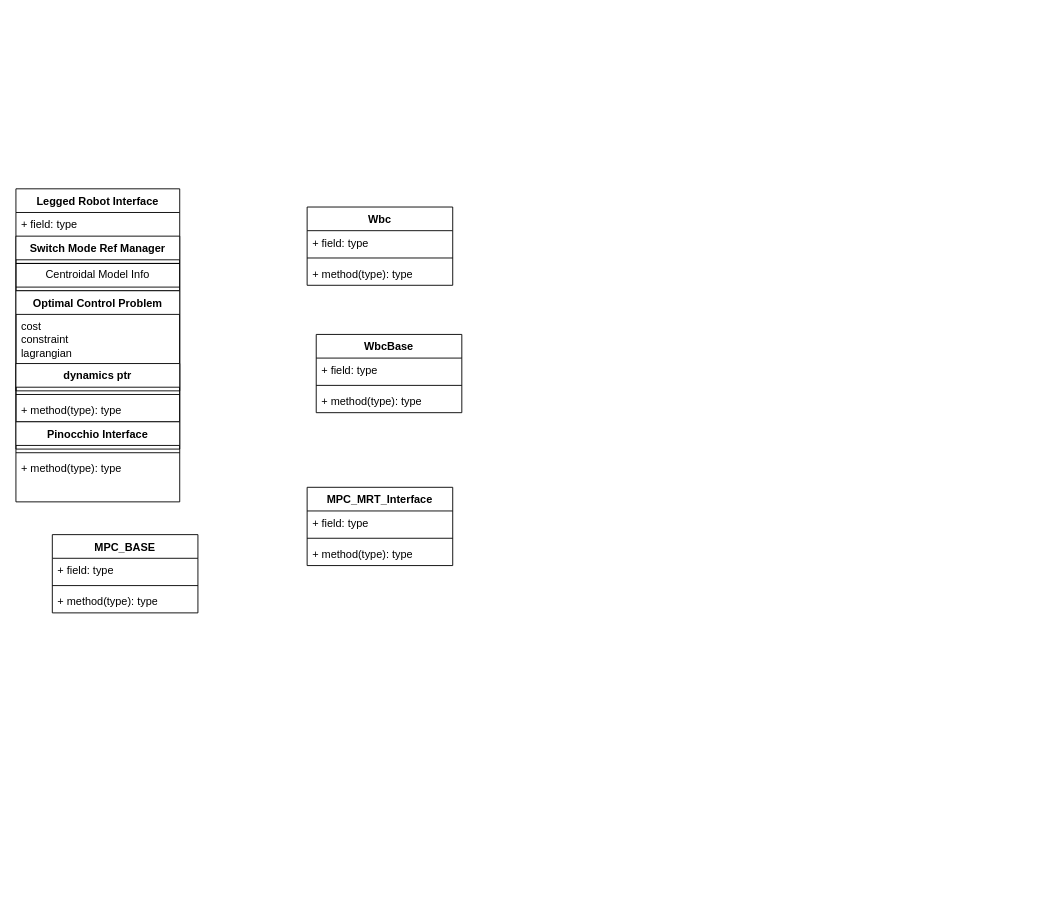
The draw.io diagram page "FSM_OCS2_LOCO" (6 of 6) of legged_software_low_level.drawio in max-assel/legged_software_diagram, before the edit. Source tidied: cells renumbered, new cells numbered last; positions are measured from the earlier drawing's top-left corner, leaving out a move shared by most shapes. Both pictures are drawn from the tidied source at 91%, with x=0, y=0 at pixel (15, 188).
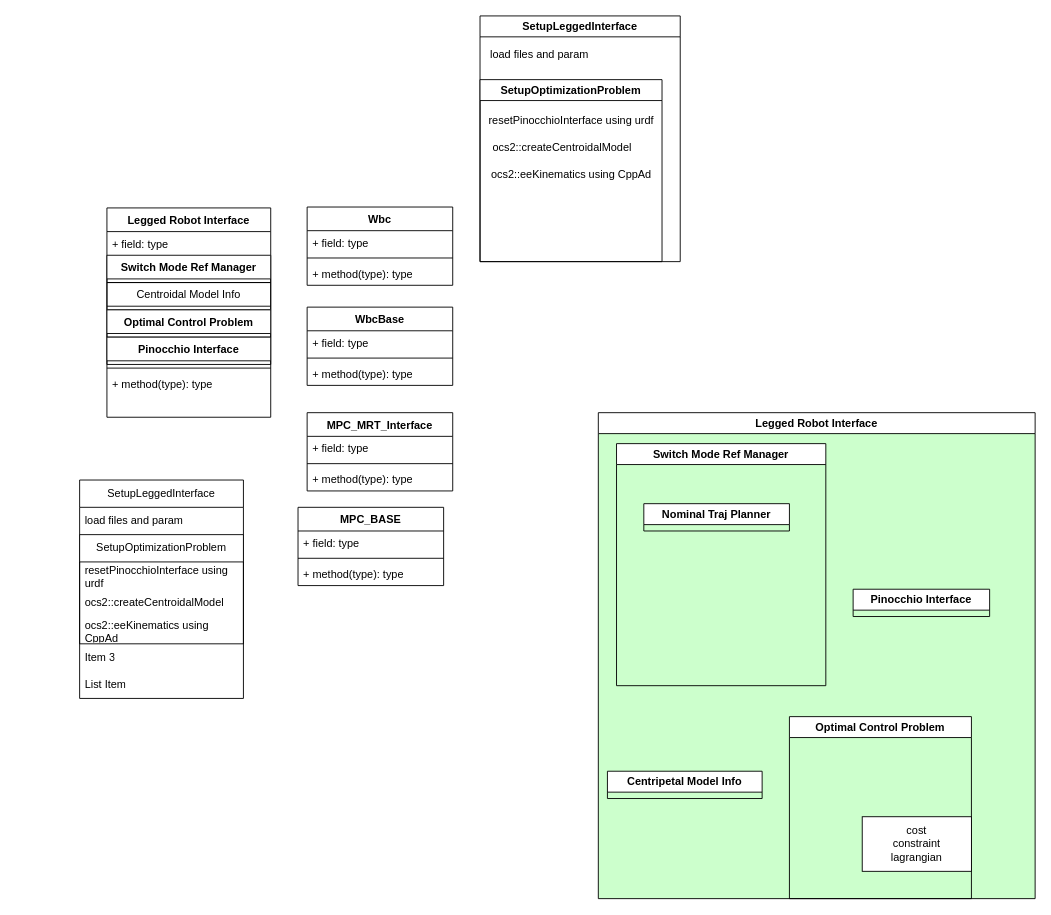
After the change.

Commit message:
Update class diagram and flowchart

Change to the diagram source:
```diff
@@
     <mxCell id="2" value="Legged Robot Interface" style="swimlane;fontStyle=1;align=center;verticalAlign=top;horizontal=1;startSize=26;whiteSpace=wrap;html=1;" parent="1" vertex="1">
-      <mxGeometry width="180" height="344" as="geometry" />
+      <mxGeometry x="100" y="21" width="180" height="230" as="geometry" />
     </mxCell>
@@
-    <mxCell id="6" value="Optimal Control Problem" style="swimlane;fontStyle=1;align=center;verticalAlign=top;horizontal=1;startSize=26;whiteSpace=wrap;html=1;" parent="2" vertex="1">
-      <mxGeometry y="112" width="180" height="144" as="geometry" />
+    <mxCell id="6" value="Optimal Control Problem" style="swimlane;fontStyle=1;align=center;verticalAlign=top;horizontal=1;startSize=26;whiteSpace=wrap;html=1;" parent="2" vertex="1" collapsed="1">
+      <mxGeometry y="112" width="180" height="30" as="geometry" />
     </mxCell>
-    <mxCell id="7" value="&lt;div&gt;cost&lt;/div&gt;&lt;div&gt;constraint&lt;/div&gt;&lt;div&gt;lagrangian&lt;br&gt;&lt;/div&gt;" style="text;strokeColor=none;fillColor=none;align=left;verticalAlign=top;spacingLeft=4;spacingRight=4;overflow=hidden;whiteSpace=wrap;html=1;" parent="6" vertex="1">
-      <mxGeometry y="26" width="180" height="54" as="geometry" />
-    </mxCell>
-    <mxCell id="8" value="dynamics ptr" style="swimlane;fontStyle=1;align=center;verticalAlign=top;horizontal=1;startSize=26;whiteSpace=wrap;html=1;" parent="6" vertex="1" collapsed="1">
-      <mxGeometry y="80" width="180" height="30" as="geometry" />
-    </mxCell>
-    <mxCell id="9" style="line;strokeWidth=1;fillColor=none;align=left;verticalAlign=middle;spacingTop=-1;spacingLeft=3;spacingRight=3;labelPosition=right;strokeColor=inherit;" parent="6" vertex="1">
-      <mxGeometry y="110" width="180" height="8" as="geometry" />
-    </mxCell>
-    <mxCell id="10" value="+ method(type): type" style="text;strokeColor=none;fillColor=none;align=left;verticalAlign=top;spacingLeft=4;spacingRight=4;overflow=hidden;whiteSpace=wrap;html=1;" parent="6" vertex="1">
-      <mxGeometry y="118" width="180" height="26" as="geometry" />
-    </mxCell>
     <mxCell id="11" value="Pinocchio Interface" style="swimlane;fontStyle=1;align=center;verticalAlign=top;horizontal=1;startSize=26;whiteSpace=wrap;html=1;" parent="2" vertex="1" collapsed="1">
-      <mxGeometry y="256" width="180" height="30" as="geometry" />
+      <mxGeometry y="142" width="180" height="30" as="geometry" />
     </mxCell>
     <mxCell id="12" style="line;strokeWidth=1;fillColor=none;align=left;verticalAlign=middle;spacingTop=-1;spacingLeft=3;spacingRight=3;labelPosition=right;strokeColor=inherit;" parent="2" vertex="1">
-      <mxGeometry y="286" width="180" height="8" as="geometry" />
+      <mxGeometry y="172" width="180" height="8" as="geometry" />
     </mxCell>
     <mxCell id="13" value="+ method(type): type" style="text;strokeColor=none;fillColor=none;align=left;verticalAlign=top;spacingLeft=4;spacingRight=4;overflow=hidden;whiteSpace=wrap;html=1;" parent="2" vertex="1">
-      <mxGeometry y="294" width="180" height="50" as="geometry" />
+      <mxGeometry y="180" width="180" height="50" as="geometry" />
     </mxCell>
@@
     <mxCell id="18" value="WbcBase" style="swimlane;fontStyle=1;align=center;verticalAlign=top;horizontal=1;startSize=26;whiteSpace=wrap;html=1;" parent="1" vertex="1">
-      <mxGeometry x="330" y="160" width="160" height="86" as="geometry" />
+      <mxGeometry x="320" y="130" width="160" height="86" as="geometry" />
     </mxCell>
@@
     <mxCell id="22" value="MPC_BASE" style="swimlane;fontStyle=1;align=center;verticalAlign=top;horizontal=1;startSize=26;whiteSpace=wrap;html=1;" parent="1" vertex="1">
-      <mxGeometry x="40" y="380" width="160" height="86" as="geometry" />
+      <mxGeometry x="310" y="350" width="160" height="86" as="geometry" />
     </mxCell>
@@
     <mxCell id="26" value="MPC_MRT_Interface" style="swimlane;fontStyle=1;align=center;verticalAlign=top;horizontal=1;startSize=26;whiteSpace=wrap;html=1;" parent="1" vertex="1">
-      <mxGeometry x="320" y="328" width="160" height="86" as="geometry" />
+      <mxGeometry x="320" y="246" width="160" height="86" as="geometry" />
     </mxCell>
@@
+    <mxCell id="30" value="SetupLeggedInterface" style="swimlane;fontStyle=0;horizontal=1;startSize=30;whiteSpace=wrap;html=1;" parent="1" vertex="1">
+      <mxGeometry x="70" y="320" width="180" height="240" as="geometry" />
+    </mxCell>
+    <mxCell id="31" value="load files and param" style="text;strokeColor=none;fillColor=none;align=left;verticalAlign=middle;spacingLeft=4;spacingRight=4;overflow=hidden;whiteSpace=wrap;html=1;" parent="30" vertex="1">
+      <mxGeometry y="30" width="180" height="30" as="geometry" />
+    </mxCell>
+    <mxCell id="32" value="SetupOptimizationProblem" style="swimlane;fontStyle=0;horizontal=1;startSize=30;whiteSpace=wrap;html=1;" parent="30" vertex="1">
+      <mxGeometry y="60" width="180" height="120" as="geometry" />
+    </mxCell>
+    <mxCell id="33" value="resetPinocchioInterface using urdf" style="text;strokeColor=none;fillColor=none;align=left;verticalAlign=middle;spacingLeft=4;spacingRight=4;overflow=hidden;whiteSpace=wrap;html=1;" parent="32" vertex="1">
+      <mxGeometry y="30" width="180" height="30" as="geometry" />
+    </mxCell>
+    <mxCell id="34" value="ocs2::createCentroidalModel" style="text;strokeColor=none;fillColor=none;align=left;verticalAlign=middle;spacingLeft=4;spacingRight=4;overflow=hidden;whiteSpace=wrap;html=1;" parent="32" vertex="1">
+      <mxGeometry y="60" width="180" height="30" as="geometry" />
+    </mxCell>
+    <mxCell id="35" value="ocs2::eeKinematics using CppAd" style="text;strokeColor=none;fillColor=none;align=left;verticalAlign=middle;spacingLeft=4;spacingRight=4;overflow=hidden;whiteSpace=wrap;html=1;" parent="32" vertex="1">
+      <mxGeometry y="90" width="180" height="30" as="geometry" />
+    </mxCell>
+    <mxCell id="36" value="Item 3" style="text;strokeColor=none;fillColor=none;align=left;verticalAlign=middle;spacingLeft=4;spacingRight=4;overflow=hidden;whiteSpace=wrap;html=1;" parent="30" vertex="1">
+      <mxGeometry y="180" width="180" height="30" as="geometry" />
+    </mxCell>
+    <mxCell id="37" value="List Item" style="text;strokeColor=none;fillColor=none;align=left;verticalAlign=middle;spacingLeft=4;spacingRight=4;overflow=hidden;whiteSpace=wrap;html=1;" parent="30" vertex="1">
+      <mxGeometry y="210" width="180" height="30" as="geometry" />
+    </mxCell>
+    <mxCell id="38" value="Legged Robot Interface" style="swimlane;whiteSpace=wrap;html=1;shadow=0;rounded=0;glass=0;gradientColor=none;swimlaneFillColor=#CCFFCC;strokeColor=#000000;" parent="1" vertex="1">
+      <mxGeometry x="640" y="246" width="480" height="534" as="geometry" />
+    </mxCell>
+    <mxCell id="39" value="Switch Mode Ref Manager" style="swimlane;whiteSpace=wrap;html=1;" parent="38" vertex="1">
+      <mxGeometry x="20" y="34" width="230" height="266" as="geometry" />
+    </mxCell>
+    <mxCell id="40" value="Nominal Traj Planner" style="swimlane;whiteSpace=wrap;html=1;" parent="39" vertex="1" collapsed="1">
+      <mxGeometry x="30" y="66" width="160" height="30" as="geometry" />
+    </mxCell>
+    <mxCell id="41" value="Centripetal Model Info" style="swimlane;whiteSpace=wrap;html=1;" parent="38" vertex="1" collapsed="1">
+      <mxGeometry x="10" y="394" width="170" height="30" as="geometry" />
+    </mxCell>
+    <mxCell id="42" value="Optimal Control Problem" style="swimlane;whiteSpace=wrap;html=1;fillColor=default;gradientColor=none;" parent="38" vertex="1">
+      <mxGeometry x="210" y="334" width="200" height="200" as="geometry" />
+    </mxCell>
+    <mxCell id="7" value="cost&lt;br&gt;constraint&lt;br&gt;lagrangian" style="whiteSpace=wrap;html=1;" parent="42" vertex="1">
+      <mxGeometry x="80" y="110" width="120" height="60" as="geometry" />
+    </mxCell>
+    <mxCell id="43" value="Pinocchio Interface" style="swimlane;whiteSpace=wrap;html=1;" parent="38" vertex="1" collapsed="1">
+      <mxGeometry x="280" y="194" width="150" height="30" as="geometry" />
+    </mxCell>
+    <mxCell id="44" value="SetupLeggedInterface" style="swimlane;whiteSpace=wrap;html=1;" parent="1" vertex="1">
+      <mxGeometry x="510" y="-190" width="220" height="270" as="geometry" />
+    </mxCell>
+    <mxCell id="45" value="load files and param" style="text;html=1;align=center;verticalAlign=middle;strokeColor=none;fillColor=none;" parent="44" vertex="1">
+      <mxGeometry y="28" width="130" height="30" as="geometry" />
+    </mxCell>
+    <mxCell id="46" value="SetupOptimizationProblem" style="swimlane;whiteSpace=wrap;html=1;" parent="44" vertex="1">
+      <mxGeometry y="70" width="200" height="200" as="geometry" />
+    </mxCell>
+    <mxCell id="47" value="resetPinocchioInterface using urdf" style="text;html=1;align=center;verticalAlign=middle;strokeColor=none;fillColor=none;" parent="46" vertex="1">
+      <mxGeometry y="30" width="200" height="30" as="geometry" />
+    </mxCell>
+    <mxCell id="48" value="ocs2::createCentroidalModel" style="text;html=1;align=center;verticalAlign=middle;strokeColor=none;fillColor=none;" parent="46" vertex="1">
+      <mxGeometry y="60" width="180" height="30" as="geometry" />
+    </mxCell>
+    <mxCell id="49" value="ocs2::eeKinematics using CppAd" style="text;html=1;align=center;verticalAlign=middle;strokeColor=none;fillColor=none;" parent="46" vertex="1">
+      <mxGeometry y="90" width="200" height="30" as="geometry" />
+    </mxCell>
```
